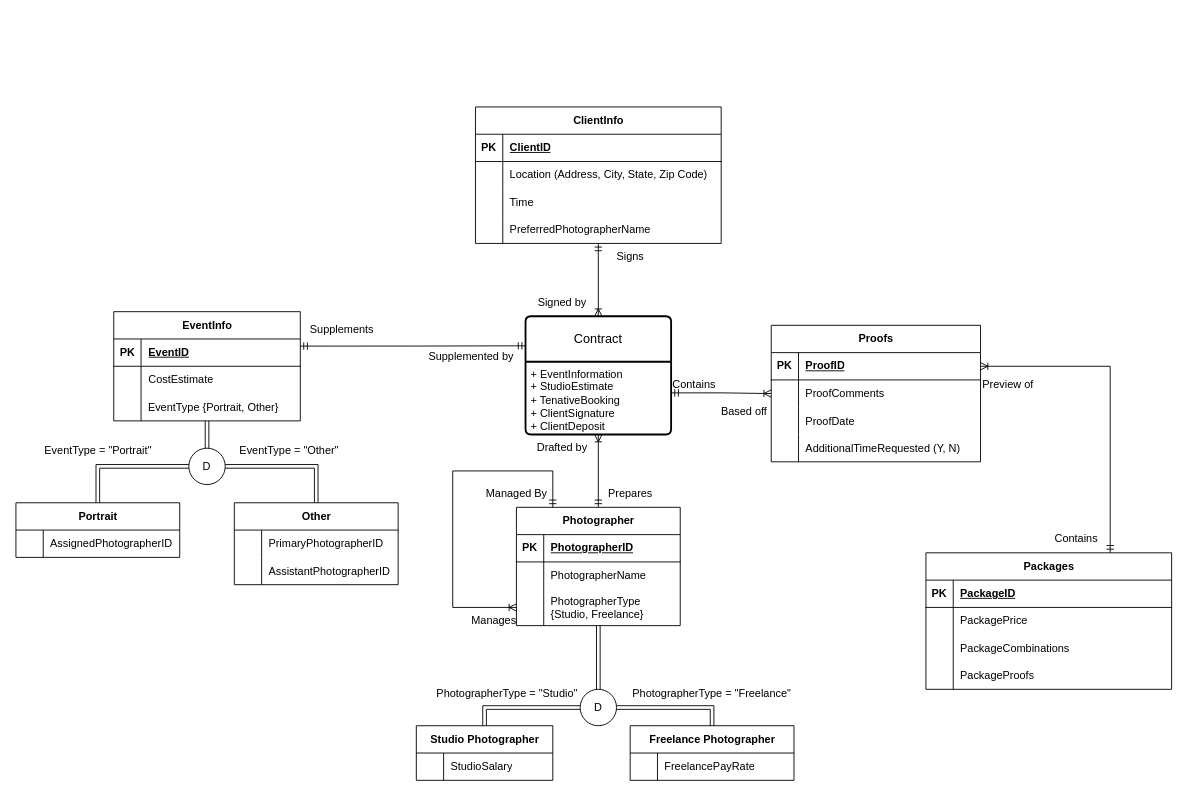
This is RiccoEricRiceJustinDesignDiagram_10.25.drawio from JustinR2003/cs-360-project, a draw.io file, before an edit. Source tidied: cells renumbered, new cells numbered last; positions are measured from the earlier drawing's top-left corner, leaving out a move shared by most shapes. Both pictures are drawn from the tidied source at 91%, with x=0, y=0 at pixel (15, 106).
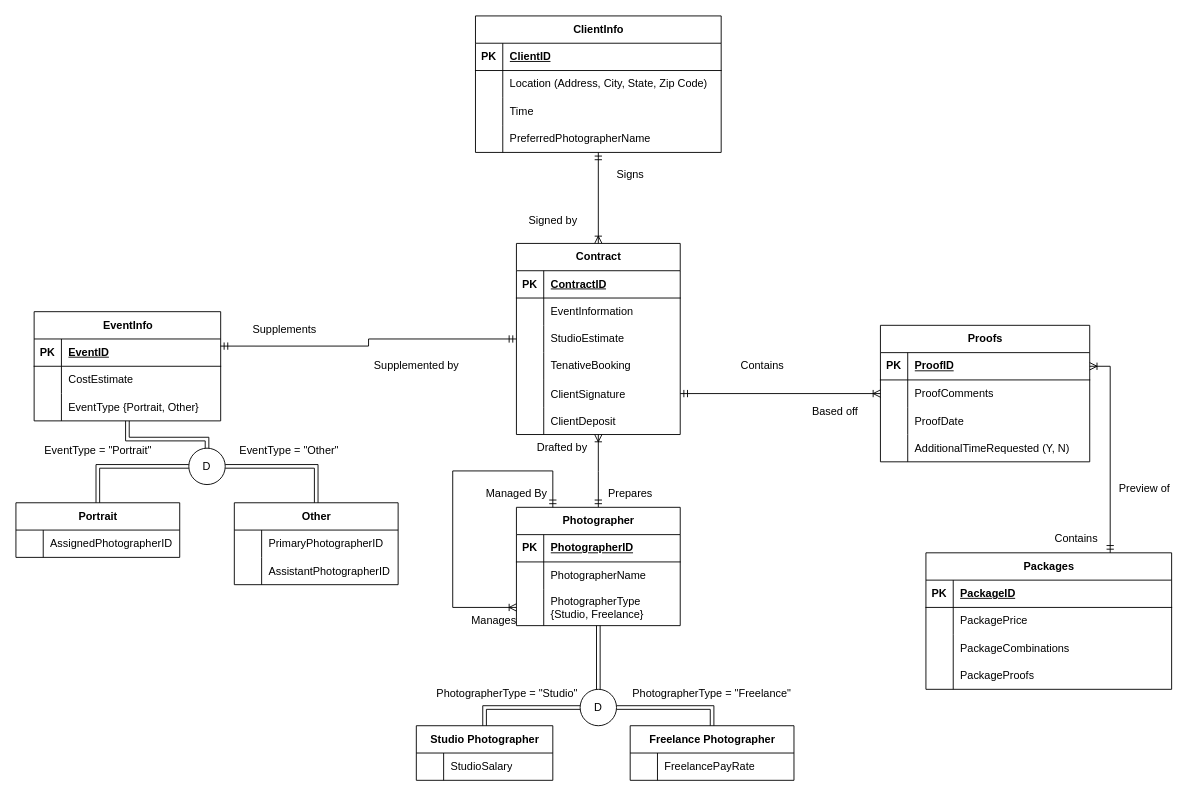
The same diagram, later.

The change refers to these unchanged cells:
```xml
<mxCell id="18" value="Photographer" style="shape=table;startSize=30;childLayout=tableLayout;rowLines=0;fontStyle=1;align=center;html=1;" parent="1" vertex="1">
  <mxGeometry x="550" y="440" width="180" height="130" as="geometry" />
</mxCell>
<mxCell id="35" style="shape=tableRow;horizontal=0;startSize=0;swimlaneHead=0;swimlaneBody=0;fillColor=none;points=[[0,0.5],[1,0.5]];portConstraint=eastwest;top=0;left=0;right=0;bottom=1;" parent="34" vertex="1">
  <mxGeometry y="30" width="205" height="30" as="geometry" />
</mxCell>
<mxCell id="65" style="shape=tableRow;horizontal=0;startSize=0;swimlaneHead=0;swimlaneBody=0;fillColor=none;points=[[0,0.5],[1,0.5]];portConstraint=eastwest;top=0;left=0;right=0;bottom=0;" parent="61" vertex="1">
  <mxGeometry y="60" width="230" height="30" as="geometry" />
</mxCell>
```

What changed in the source:
```diff
@@
-    <mxCell id="2" style="edgeStyle=orthogonalEdgeStyle;rounded=0;jettySize=auto;html=1;entryX=0.5;entryY=0;entryDx=0;entryDy=0;startArrow=ERmandOne;startFill=0;endArrow=ERoneToMany;endFill=0;" parent="1" edge="1" source="3" target="74">
+    <mxCell id="2" style="edgeStyle=orthogonalEdgeStyle;rounded=0;jettySize=auto;html=1;startArrow=ERmandOne;startFill=0;endArrow=ERoneToMany;endFill=0;entryX=0.5;entryY=0;entryDx=0;entryDy=0;" parent="1" edge="1" source="3" target="74">
       <mxGeometry relative="1" as="geometry" />
     </mxCell>
     <mxCell id="3" value="ClientInfo" style="shape=table;startSize=30;childLayout=tableLayout;rowLines=0;fontStyle=1;align=center;html=1;" parent="1" vertex="1">
-      <mxGeometry x="505" width="270" height="150" as="geometry" />
+      <mxGeometry x="505" y="-100" width="270" height="150" as="geometry" />
     </mxCell>
@@
-    <mxCell id="17" style="edgeStyle=orthogonalEdgeStyle;rounded=0;jettySize=auto;html=1;exitX=0.5;exitY=0;exitDx=0;exitDy=0;entryX=0.5;entryY=1;entryDx=0;entryDy=0;startArrow=ERmandOne;startFill=0;endArrow=ERoneToMany;endFill=0;" parent="1" edge="1" source="18" target="75">
-      <mxGeometry relative="1" as="geometry" />
+    <mxCell id="17" style="edgeStyle=orthogonalEdgeStyle;rounded=0;jettySize=auto;html=1;exitX=0.5;exitY=0;exitDx=0;exitDy=0;entryX=0.5;entryY=1;entryDx=0;entryDy=0;startArrow=ERmandOne;startFill=0;endArrow=ERoneToMany;endFill=0;" parent="1" edge="1" source="18">
+      <mxGeometry relative="1" as="geometry">
+        <mxPoint x="640" y="360" as="targetPoint" />
+      </mxGeometry>
     </mxCell>
@@
     <mxCell id="34" value="EventInfo" style="shape=table;startSize=30;childLayout=tableLayout;rowLines=0;fontStyle=1;align=center;html=1;" parent="1" vertex="1">
-      <mxGeometry x="107.5" y="225" width="205" height="120" as="geometry" />
+      <mxGeometry x="20" y="225" width="205" height="120" as="geometry" />
     </mxCell>
@@
     <mxCell id="61" value="Proofs" style="shape=table;startSize=30;childLayout=tableLayout;rowLines=0;fontStyle=1;align=center;html=1;" parent="1" vertex="1">
-      <mxGeometry x="830" y="240" width="230" height="150" as="geometry" />
+      <mxGeometry x="950" y="240" width="230" height="150" as="geometry" />
     </mxCell>
@@
-    <mxCell id="74" value="Contract" style="swimlane;horizontal=1;startSize=50;rounded=1;fontSize=14;fontStyle=0;strokeWidth=2;shadow=0;dashed=0;align=center;arcSize=4;whiteSpace=wrap;html=1;" parent="1" vertex="1">
-      <mxGeometry x="560" y="230" width="160" height="130" as="geometry" />
-    </mxCell>
-    <mxCell id="75" value="+ EventInformation&lt;br&gt;+ StudioEstimate&lt;br&gt;+ TenativeBooking&lt;br&gt;+ ClientSignature&lt;br&gt;+ ClientDeposit" style="align=left;strokeColor=none;fillColor=none;spacingLeft=4;fontSize=12;verticalAlign=top;html=1;" parent="74" vertex="1">
-      <mxGeometry y="50" width="160" height="80" as="geometry" />
-    </mxCell>
@@
     <mxCell id="101" value="Signs" style="text;html=1;align=center;verticalAlign=middle;strokeColor=none;fillColor=none;" parent="1" vertex="1">
-      <mxGeometry x="650" y="150" width="50" height="30" as="geometry" />
+      <mxGeometry x="650" y="60" width="50" height="30" as="geometry" />
     </mxCell>
     <mxCell id="102" value="Signed by" style="text;html=1;align=center;verticalAlign=middle;strokeColor=none;fillColor=none;" parent="1" vertex="1">
-      <mxGeometry x="560" y="200" width="80" height="30" as="geometry" />
+      <mxGeometry x="550" y="110" width="80" height="30" as="geometry" />
     </mxCell>
-    <mxCell id="103" style="edgeStyle=orthogonalEdgeStyle;rounded=0;jettySize=auto;html=1;exitX=0.999;exitY=0.261;exitDx=0;exitDy=0;entryX=0;entryY=0.25;entryDx=0;entryDy=0;exitPerimeter=0;startArrow=ERmandOne;startFill=0;endArrow=ERmandOne;endFill=0;" parent="1" edge="1" source="35" target="74">
+    <mxCell id="103" style="edgeStyle=orthogonalEdgeStyle;rounded=0;jettySize=auto;html=1;exitX=0.999;exitY=0.261;exitDx=0;exitDy=0;entryX=0;entryY=0.5;entryDx=0;entryDy=0;exitPerimeter=0;startArrow=ERmandOne;startFill=0;endArrow=ERmandOne;endFill=0;" parent="1" edge="1" source="35" target="118">
       <mxGeometry relative="1" as="geometry" />
     </mxCell>
     <mxCell id="104" value="Supplements" style="text;html=1;align=center;verticalAlign=middle;strokeColor=none;fillColor=none;" parent="1" vertex="1">
-      <mxGeometry x="312.5" y="230" width="90" height="30" as="geometry" />
+      <mxGeometry x="250" y="230" width="90" height="30" as="geometry" />
     </mxCell>
     <mxCell id="105" value="Supplemented by" style="text;html=1;align=center;verticalAlign=middle;strokeColor=none;fillColor=none;" parent="1" vertex="1">
-      <mxGeometry x="440" y="260" width="120" height="30" as="geometry" />
+      <mxGeometry x="380" y="270" width="120" height="30" as="geometry" />
     </mxCell>
@@
-    <mxCell id="107" style="edgeStyle=orthogonalEdgeStyle;rounded=0;jettySize=auto;html=1;exitX=1;exitY=0.428;exitDx=0;exitDy=0;entryX=0;entryY=0.5;entryDx=0;entryDy=0;exitPerimeter=0;startArrow=ERmandOne;startFill=0;endArrow=ERoneToMany;endFill=0;" parent="1" edge="1" source="75" target="65">
+    <mxCell id="107" style="edgeStyle=orthogonalEdgeStyle;rounded=0;jettySize=auto;html=1;exitX=1;exitY=0.5;exitDx=0;exitDy=0;entryX=0;entryY=0.5;entryDx=0;entryDy=0;startArrow=ERmandOne;startFill=0;endArrow=ERoneToMany;endFill=0;" parent="1" edge="1" source="124" target="65">
       <mxGeometry relative="1" as="geometry" />
     </mxCell>
     <mxCell id="108" value="Contains" style="text;html=1;align=center;verticalAlign=middle;strokeColor=none;fillColor=none;" parent="1" vertex="1">
-      <mxGeometry x="710" y="290" width="70" height="30" as="geometry" />
+      <mxGeometry x="785" y="270" width="70" height="30" as="geometry" />
     </mxCell>
     <mxCell id="109" value="Based off" style="text;html=1;align=center;verticalAlign=middle;strokeColor=none;fillColor=none;" parent="1" vertex="1">
-      <mxGeometry x="765" y="320" width="70" height="30" as="geometry" />
+      <mxGeometry x="865" y="320" width="70" height="30" as="geometry" />
     </mxCell>
@@
     <mxCell id="111" value="Preview of" style="text;html=1;align=center;verticalAlign=middle;strokeColor=none;fillColor=none;" parent="1" vertex="1">
-      <mxGeometry x="1050" y="290" width="80" height="30" as="geometry" />
+      <mxGeometry x="1200" y="405" width="80" height="30" as="geometry" />
     </mxCell>
+    <mxCell id="74" value="Contract" style="shape=table;startSize=30;childLayout=tableLayout;rowLines=0;fontStyle=1;align=center;html=1;" parent="1" vertex="1">
+      <mxGeometry x="550" y="150" width="180" height="210" as="geometry" />
+    </mxCell>
+    <mxCell id="112" style="shape=tableRow;horizontal=0;startSize=0;swimlaneHead=0;swimlaneBody=0;fillColor=none;top=0;left=0;right=0;bottom=1;" parent="74" vertex="1">
+      <mxGeometry y="30" width="180" height="30" as="geometry" />
+    </mxCell>
+    <mxCell id="113" value="PK" style="shape=partialRectangle;fillColor=none;top=0;left=0;bottom=0;right=0;fontStyle=1;overflow=hidden;whiteSpace=wrap;html=1;" parent="112" vertex="1">
+      <mxGeometry width="30" height="30" as="geometry" />
+    </mxCell>
+    <mxCell id="114" value="ContractID" style="shape=partialRectangle;fillColor=none;top=0;left=0;bottom=0;right=0;align=left;spacingLeft=6;fontStyle=5;overflow=hidden;whiteSpace=wrap;html=1;" parent="112" vertex="1">
+      <mxGeometry x="30" width="150" height="30" as="geometry" />
+    </mxCell>
+    <mxCell id="115" style="shape=tableRow;horizontal=0;startSize=0;swimlaneHead=0;swimlaneBody=0;fillColor=none;top=0;left=0;right=0;bottom=0;" parent="74" vertex="1">
+      <mxGeometry y="60" width="180" height="30" as="geometry" />
+    </mxCell>
+    <mxCell id="116" style="shape=partialRectangle;fillColor=none;top=0;left=0;bottom=0;right=0;overflow=hidden;whiteSpace=wrap;html=1;" parent="115" vertex="1">
+      <mxGeometry width="30" height="30" as="geometry" />
+    </mxCell>
+    <mxCell id="117" value="EventInformation" style="shape=partialRectangle;fillColor=none;top=0;left=0;bottom=0;right=0;align=left;spacingLeft=6;overflow=hidden;whiteSpace=wrap;html=1;" parent="115" vertex="1">
+      <mxGeometry x="30" width="150" height="30" as="geometry" />
+    </mxCell>
+    <mxCell id="118" style="shape=tableRow;horizontal=0;startSize=0;swimlaneHead=0;swimlaneBody=0;fillColor=none;points=[[0,0.5],[1,0.5]];portConstraint=eastwest;top=0;left=0;right=0;bottom=0;" parent="74" vertex="1">
+      <mxGeometry y="90" width="180" height="30" as="geometry" />
+    </mxCell>
+    <mxCell id="119" style="shape=partialRectangle;fillColor=none;top=0;left=0;bottom=0;right=0;overflow=hidden;whiteSpace=wrap;html=1;" parent="118" vertex="1">
+      <mxGeometry width="30" height="30" as="geometry" />
+    </mxCell>
+    <mxCell id="120" value="StudioEstimate" style="shape=partialRectangle;fillColor=none;top=0;left=0;bottom=0;right=0;align=left;spacingLeft=6;overflow=hidden;whiteSpace=wrap;html=1;" parent="118" vertex="1">
+      <mxGeometry x="30" width="150" height="30" as="geometry" />
+    </mxCell>
+    <mxCell id="121" style="shape=tableRow;horizontal=0;startSize=0;swimlaneHead=0;swimlaneBody=0;fillColor=none;top=0;left=0;right=0;bottom=0;" parent="74" vertex="1">
+      <mxGeometry y="120" width="180" height="30" as="geometry" />
+    </mxCell>
+    <mxCell id="122" style="shape=partialRectangle;fillColor=none;top=0;left=0;bottom=0;right=0;overflow=hidden;whiteSpace=wrap;html=1;" parent="121" vertex="1">
+      <mxGeometry width="30" height="30" as="geometry" />
+    </mxCell>
+    <mxCell id="123" value="TenativeBooking" style="shape=partialRectangle;fillColor=none;top=0;left=0;bottom=0;right=0;align=left;spacingLeft=6;overflow=hidden;whiteSpace=wrap;html=1;" parent="121" vertex="1">
+      <mxGeometry x="30" width="150" height="30" as="geometry" />
+    </mxCell>
+    <mxCell id="124" style="shape=tableRow;horizontal=0;startSize=0;swimlaneHead=0;swimlaneBody=0;fillColor=none;points=[[0,0.5],[1,0.5]];portConstraint=eastwest;top=0;left=0;right=0;bottom=0;" parent="74" vertex="1">
+      <mxGeometry y="150" width="180" height="30" as="geometry" />
+    </mxCell>
+    <mxCell id="125" style="shape=partialRectangle;fillColor=none;top=0;left=0;bottom=0;right=0;overflow=hidden;" parent="124" vertex="1">
+      <mxGeometry width="30" height="30" as="geometry" />
+    </mxCell>
+    <mxCell id="126" value="ClientSignature" style="shape=partialRectangle;fillColor=none;top=0;left=0;bottom=0;right=0;align=left;spacingLeft=6;overflow=hidden;" parent="124" vertex="1">
+      <mxGeometry x="30" width="150" height="30" as="geometry" />
+    </mxCell>
+    <mxCell id="127" style="shape=tableRow;horizontal=0;startSize=0;swimlaneHead=0;swimlaneBody=0;fillColor=none;top=0;left=0;right=0;bottom=0;" parent="74" vertex="1">
+      <mxGeometry y="180" width="180" height="30" as="geometry" />
+    </mxCell>
+    <mxCell id="128" style="shape=partialRectangle;fillColor=none;top=0;left=0;bottom=0;right=0;overflow=hidden;" parent="127" vertex="1">
+      <mxGeometry width="30" height="30" as="geometry" />
+    </mxCell>
+    <mxCell id="129" value="ClientDeposit" style="shape=partialRectangle;fillColor=none;top=0;left=0;bottom=0;right=0;align=left;spacingLeft=6;overflow=hidden;" parent="127" vertex="1">
+      <mxGeometry x="30" width="150" height="30" as="geometry" />
+    </mxCell>
```
